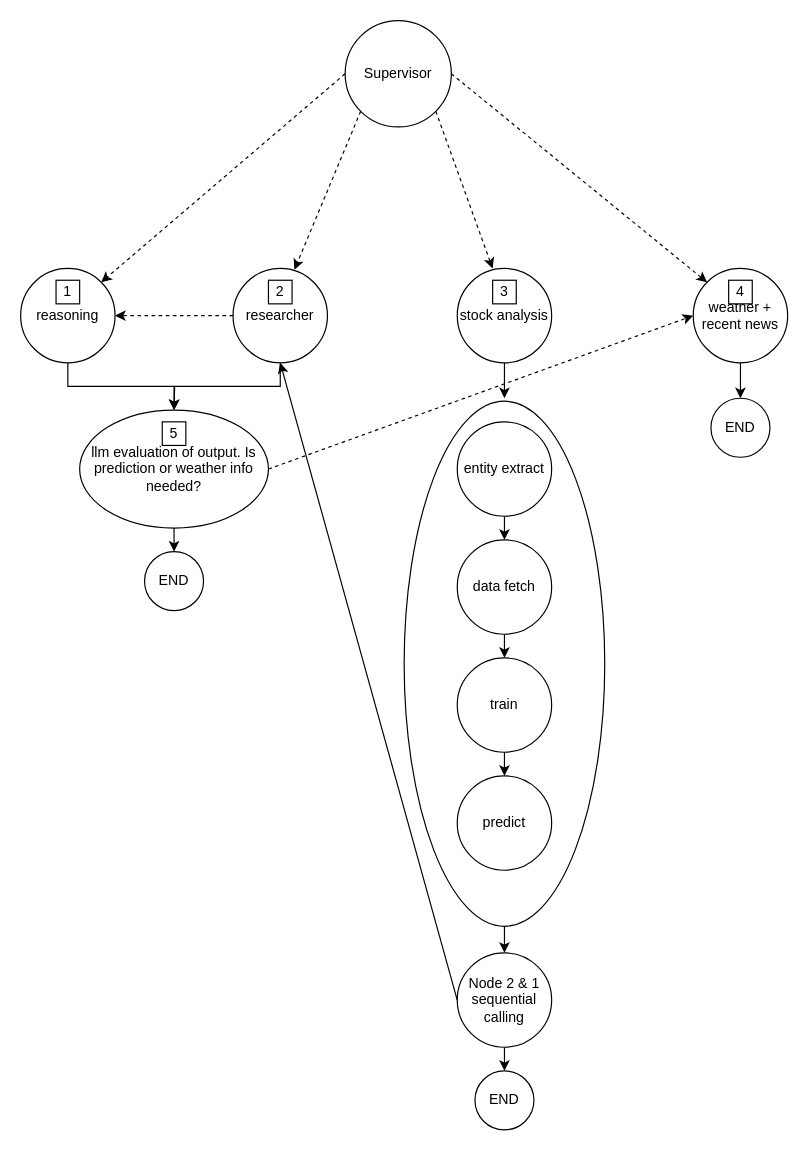
Above: Untitled Diagram.drawio in gaguadcode/stock_prediction (draw.io), before the change. Source tidied: cells renumbered, new cells numbered last; positions are measured from the earlier drawing's top-left corner, leaving out a move shared by most shapes. Both pictures are drawn from the tidied source at 118%, with x=0, y=0 at pixel (20, 20).
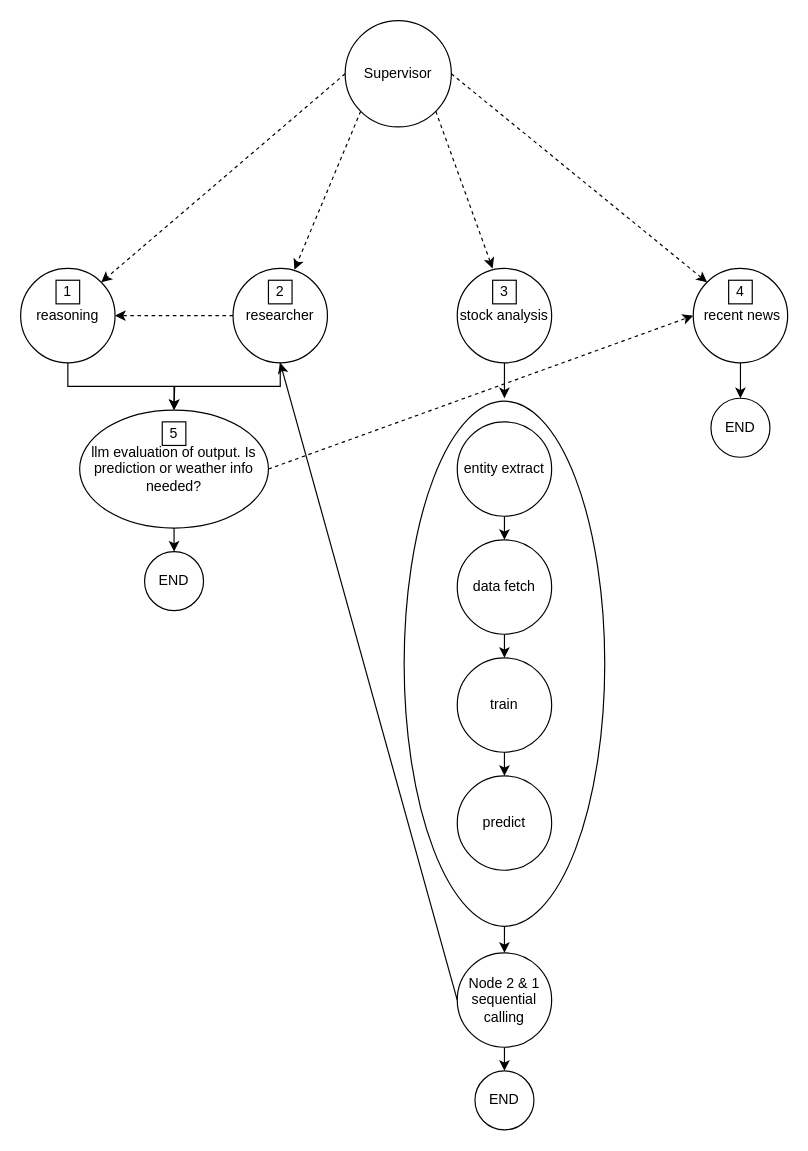
The same diagram, later.

What changed in the source:
```diff
@@
-    <mxCell id="10" value="weather + recent news" style="ellipse;whiteSpace=wrap;html=1;" parent="1" vertex="1">
+    <mxCell id="10" value="&amp;nbsp;recent news" style="ellipse;whiteSpace=wrap;html=1;" parent="1" vertex="1">
       <mxGeometry x="570" y="210" width="80" height="80" as="geometry" />
     </mxCell>
```
